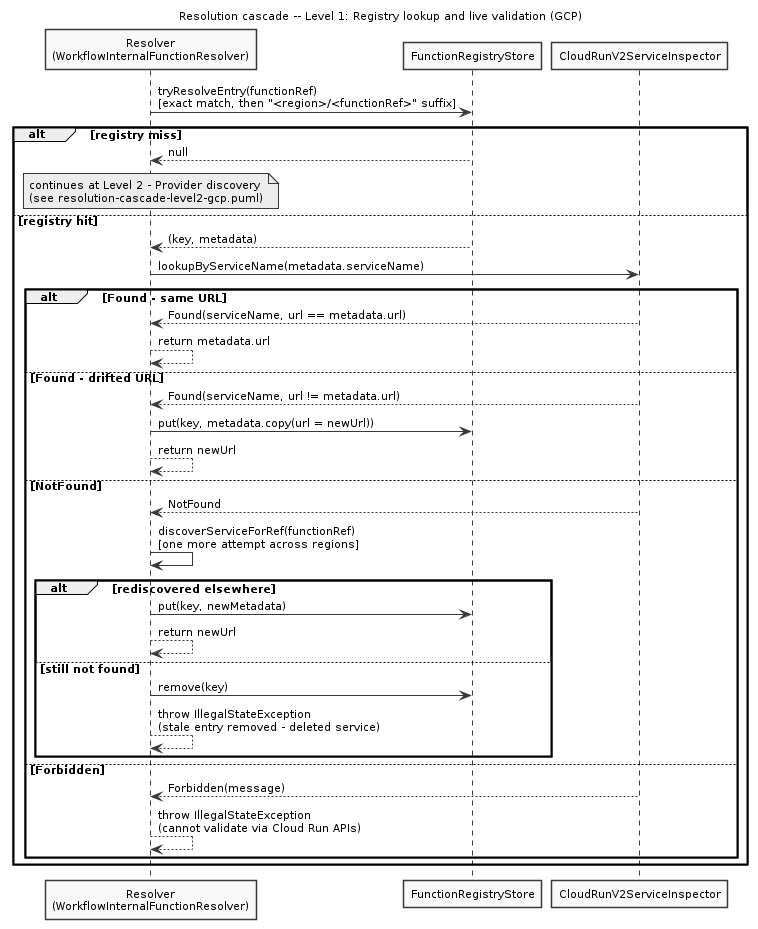
This is diagrams/resolution-cascade-level1-gcp.png from EngenheiroPedroCarvalho/ISEL-Thesis-2526, a PlantUML export, as it was before one commit. Its source is kept beside it as diagrams/resolution-cascade-level1-gcp.puml. Its diagram source:
```plantuml
@startuml resolution-cascade-level1-gcp
skinparam monochrome true
skinparam shadowing false
skinparam defaultFontSize 11
title Resolution cascade -- Level 1: Registry lookup and live validation (GCP)

participant "Resolver\n(WorkflowInternalFunctionResolver)" as R
participant "FunctionRegistryStore" as REG
participant "CloudRunV2ServiceInspector" as GI

R -> REG : tryResolveEntry(functionRef)\n[exact match, then "<region>/<functionRef>" suffix]
alt registry miss
  REG --> R : null
  note over R
    continues at Level 2 - Provider discovery
    (see resolution-cascade-level2-gcp.puml)
  end note
else registry hit
  REG --> R : (key, metadata)

  R -> GI : lookupByServiceName(metadata.serviceName)
  alt Found - same URL
    GI --> R : Found(serviceName, url == metadata.url)
    R --> R : return metadata.url
  else Found - drifted URL
    GI --> R : Found(serviceName, url != metadata.url)
    R -> REG : put(key, metadata.copy(url = newUrl))
    R --> R : return newUrl
  else NotFound
    GI --> R : NotFound
    R -> R : discoverServiceForRef(functionRef)\n[one more attempt across regions]
    alt rediscovered elsewhere
      R -> REG : put(key, newMetadata)
      R --> R : return newUrl
    else still not found
      R -> REG : remove(key)
      R --> R : throw IllegalStateException\n(stale entry removed - deleted service)
    end
  else Forbidden
    GI --> R : Forbidden(message)
    R --> R : throw IllegalStateException\n(cannot validate via Cloud Run APIs)
  end
end
@enduml
```
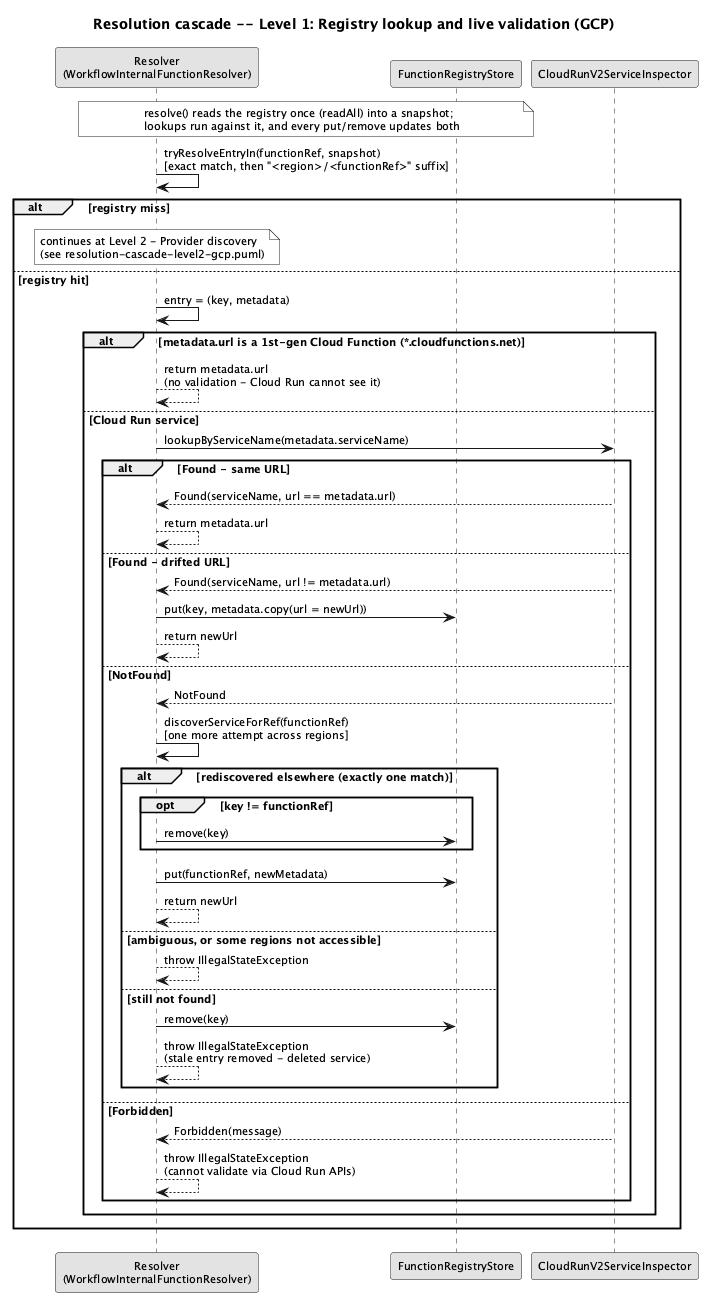
Above is the later version.

Diff of the diagram source:
```diff
@@ -8,37 +8,49 @@
 participant "FunctionRegistryStore" as REG
 participant "CloudRunV2ServiceInspector" as GI
 
-R -> REG : tryResolveEntry(functionRef)\n[exact match, then "<region>/<functionRef>" suffix]
+note over R, REG
+  resolve() reads the registry once (readAll) into a snapshot;
+  lookups run against it, and every put/remove updates both
+end note
+R -> R : tryResolveEntryIn(functionRef, snapshot)\n[exact match, then "<region>/<functionRef>" suffix]
 alt registry miss
-  REG --> R : null
   note over R
     continues at Level 2 - Provider discovery
     (see resolution-cascade-level2-gcp.puml)
   end note
 else registry hit
-  REG --> R : (key, metadata)
+  R -> R : entry = (key, metadata)
 
-  R -> GI : lookupByServiceName(metadata.serviceName)
-  alt Found - same URL
-    GI --> R : Found(serviceName, url == metadata.url)
-    R --> R : return metadata.url
-  else Found - drifted URL
-    GI --> R : Found(serviceName, url != metadata.url)
-    R -> REG : put(key, metadata.copy(url = newUrl))
-    R --> R : return newUrl
-  else NotFound
-    GI --> R : NotFound
-    R -> R : discoverServiceForRef(functionRef)\n[one more attempt across regions]
-    alt rediscovered elsewhere
-      R -> REG : put(key, newMetadata)
+  alt metadata.url is a 1st-gen Cloud Function (*.cloudfunctions.net)
+    R --> R : return metadata.url\n(no validation - Cloud Run cannot see it)
+  else Cloud Run service
+    R -> GI : lookupByServiceName(metadata.serviceName)
+    alt Found - same URL
+      GI --> R : Found(serviceName, url == metadata.url)
+      R --> R : return metadata.url
+    else Found - drifted URL
+      GI --> R : Found(serviceName, url != metadata.url)
+      R -> REG : put(key, metadata.copy(url = newUrl))
       R --> R : return newUrl
-    else still not found
-      R -> REG : remove(key)
-      R --> R : throw IllegalStateException\n(stale entry removed - deleted service)
+    else NotFound
+      GI --> R : NotFound
+      R -> R : discoverServiceForRef(functionRef)\n[one more attempt across regions]
+      alt rediscovered elsewhere (exactly one match)
+        opt key != functionRef
+          R -> REG : remove(key)
+        end
+        R -> REG : put(functionRef, newMetadata)
+        R --> R : return newUrl
+      else ambiguous, or some regions not accessible
+        R --> R : throw IllegalStateException
+      else still not found
+        R -> REG : remove(key)
+        R --> R : throw IllegalStateException\n(stale entry removed - deleted service)
+      end
+    else Forbidden
+      GI --> R : Forbidden(message)
+      R --> R : throw IllegalStateException\n(cannot validate via Cloud Run APIs)
     end
-  else Forbidden
-    GI --> R : Forbidden(message)
-    R --> R : throw IllegalStateException\n(cannot validate via Cloud Run APIs)
   end
 end
 @enduml
```
